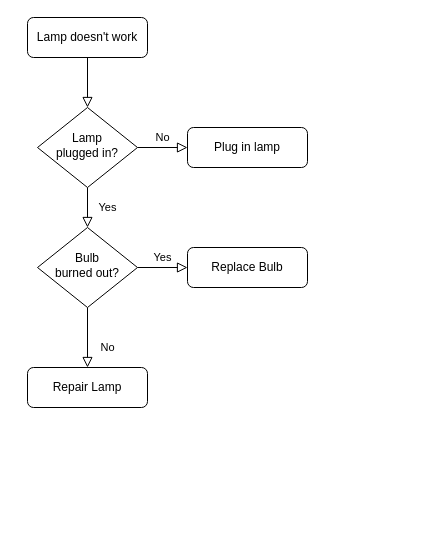
takingoff/drawio keeps this draw.io diagram as 未命名绘图.drawio. Above is the earlier version. Source tidied: cells renumbered, new cells numbered last; positions are measured from the earlier drawing's top-left corner, leaving out a move shared by most shapes. Both pictures are drawn from the tidied source at 100%, with x=0, y=0 at pixel (27, 17).
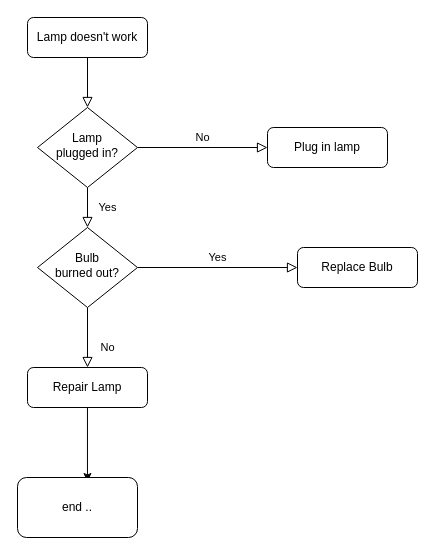
After the change.

What changed in the source:
```diff
@@
 <mxGraphModel>
   <root>
     <mxCell id="0" />
     <mxCell id="1" parent="0" />
     <mxCell id="2" style="rounded=0;html=1;jettySize=auto;fontSize=11;endArrow=block;endFill=0;endSize=8;strokeWidth=1;shadow=0;labelBackgroundColor=none;edgeStyle=orthogonalEdgeStyle;" parent="1" edge="1" source="3" target="6">
       <mxGeometry relative="1" as="geometry" />
     </mxCell>
     <mxCell id="3" value="Lamp doesn't work" style="rounded=1;whiteSpace=wrap;html=1;fontSize=12;glass=0;strokeWidth=1;shadow=0;" parent="1" vertex="1">
       <mxGeometry width="120" height="40" as="geometry" />
     </mxCell>
     <mxCell id="4" value="Yes" style="rounded=0;html=1;jettySize=auto;fontSize=11;endArrow=block;endFill=0;endSize=8;strokeWidth=1;shadow=0;labelBackgroundColor=none;edgeStyle=orthogonalEdgeStyle;" parent="1" edge="1" source="6" target="10">
       <mxGeometry y="20" relative="1" as="geometry" />
     </mxCell>
     <mxCell id="5" value="No" style="edgeStyle=orthogonalEdgeStyle;rounded=0;html=1;jettySize=auto;fontSize=11;endArrow=block;endFill=0;endSize=8;strokeWidth=1;shadow=0;labelBackgroundColor=none;" parent="1" edge="1" source="6" target="7">
       <mxGeometry y="10" relative="1" as="geometry" />
     </mxCell>
     <mxCell id="6" value="Lamp&lt;br&gt;plugged in?" style="rhombus;whiteSpace=wrap;html=1;shadow=0;fontFamily=Helvetica;fontSize=12;align=center;strokeWidth=1;spacing=6;spacingTop=-4;" parent="1" vertex="1">
       <mxGeometry x="10" y="90" width="100" height="80" as="geometry" />
     </mxCell>
     <mxCell id="7" value="Plug in lamp" style="rounded=1;whiteSpace=wrap;html=1;fontSize=12;glass=0;strokeWidth=1;shadow=0;" parent="1" vertex="1">
-      <mxGeometry x="160" y="110" width="120" height="40" as="geometry" />
+      <mxGeometry x="240" y="110" width="120" height="40" as="geometry" />
     </mxCell>
     <mxCell id="8" value="No" style="rounded=0;html=1;jettySize=auto;fontSize=11;endArrow=block;endFill=0;endSize=8;strokeWidth=1;shadow=0;labelBackgroundColor=none;edgeStyle=orthogonalEdgeStyle;" parent="1" edge="1" source="10" target="11">
       <mxGeometry x="0.33" y="20" relative="1" as="geometry" />
     </mxCell>
     <mxCell id="9" value="Yes" style="edgeStyle=orthogonalEdgeStyle;rounded=0;html=1;jettySize=auto;fontSize=11;endArrow=block;endFill=0;endSize=8;strokeWidth=1;shadow=0;labelBackgroundColor=none;" parent="1" edge="1" source="10" target="12">
       <mxGeometry y="10" relative="1" as="geometry" />
     </mxCell>
     <mxCell id="10" value="Bulb&lt;br&gt;burned out?" style="rhombus;whiteSpace=wrap;html=1;shadow=0;fontFamily=Helvetica;fontSize=12;align=center;strokeWidth=1;spacing=6;spacingTop=-4;" parent="1" vertex="1">
       <mxGeometry x="10" y="210" width="100" height="80" as="geometry" />
     </mxCell>
+    <mxCell id="13" style="edgeStyle=orthogonalEdgeStyle;rounded=0;jettySize=auto;html=1;entryX=0.583;entryY=0.067;entryDx=0;entryDy=0;entryPerimeter=0;" parent="1" edge="1" source="11" target="14">
+      <mxGeometry relative="1" as="geometry" />
+    </mxCell>
     <mxCell id="11" value="Repair Lamp" style="rounded=1;whiteSpace=wrap;html=1;fontSize=12;glass=0;strokeWidth=1;shadow=0;" parent="1" vertex="1">
       <mxGeometry y="350" width="120" height="40" as="geometry" />
     </mxCell>
     <mxCell id="12" value="Replace Bulb" style="rounded=1;whiteSpace=wrap;html=1;fontSize=12;glass=0;strokeWidth=1;shadow=0;" parent="1" vertex="1">
-      <mxGeometry x="160" y="230" width="120" height="40" as="geometry" />
+      <mxGeometry x="270" y="230" width="120" height="40" as="geometry" />
     </mxCell>
+    <mxCell id="14" value="end .." style="rounded=1;whiteSpace=wrap;html=1;" parent="1" vertex="1">
+      <mxGeometry x="-10" y="460" width="120" height="60" as="geometry" />
+    </mxCell>
   </root>
 </mxGraphModel>
```
